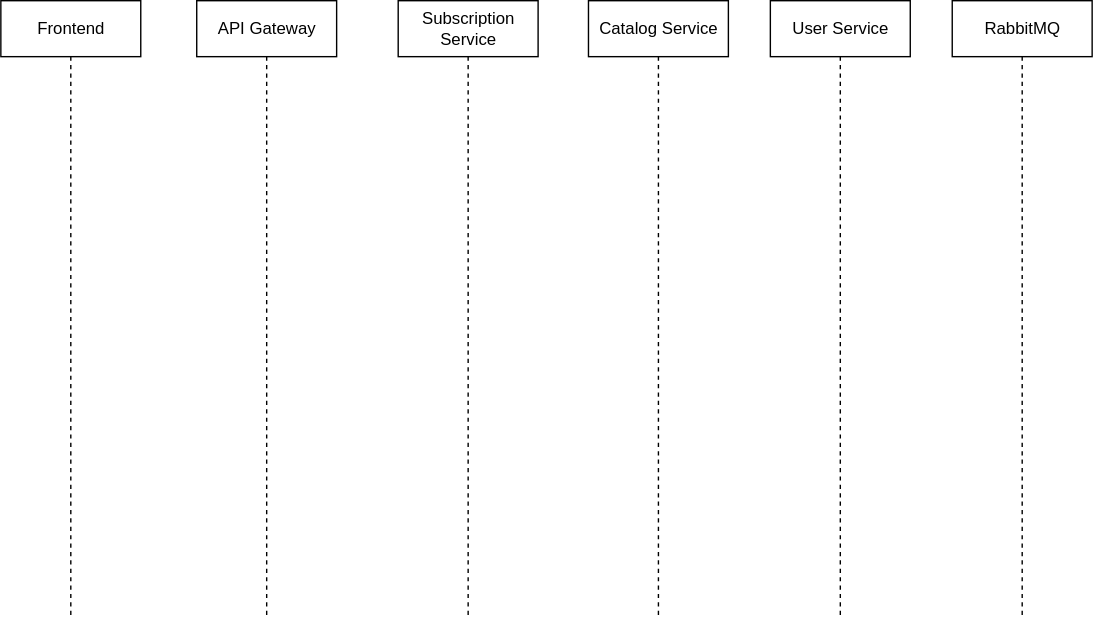
This is UML/UML_sequences_send_mailing.svg from Michail19/NewspaperSubscriber, a draw.io export, as it was before one commit. Source tidied: cells renumbered, new cells last; positions are measured from the earlier drawing's top-left corner, leaving out a move shared by most shapes.
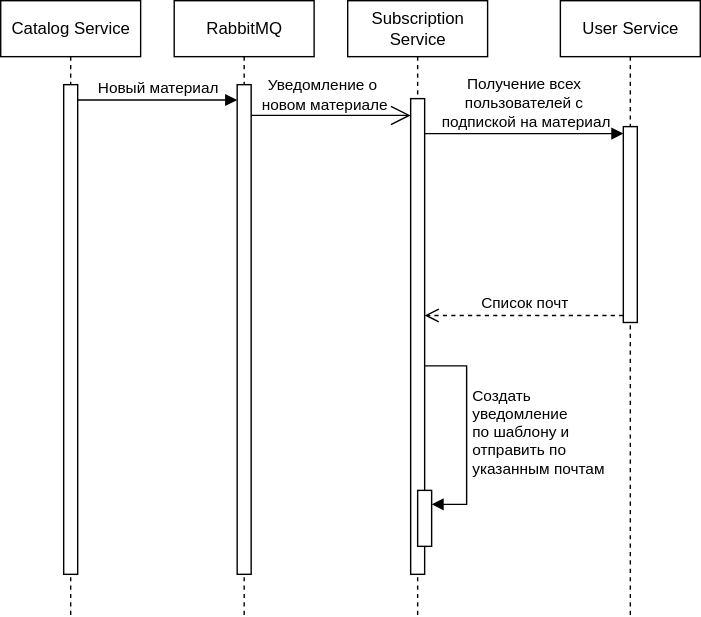
After the commit.

Commit message:
UML mailing

The edit, as a diff of the source:
```diff
@@ -2,23 +2,65 @@
   <root>
     <mxCell id="0" />
     <mxCell id="1" parent="0" />
-    <mxCell id="2" value="Frontend" style="shape=umlLifeline;perimeter=lifelinePerimeter;whiteSpace=wrap;html=1;newEdgeStyle={&quot;curved&quot;:0,&quot;rounded&quot;:0};" parent="1" vertex="1">
-      <mxGeometry width="100" height="440" as="geometry" />
-    </mxCell>
-    <mxCell id="3" value="API Gateway" style="shape=umlLifeline;perimeter=lifelinePerimeter;whiteSpace=wrap;html=1;newEdgeStyle={&quot;curved&quot;:0,&quot;rounded&quot;:0};" parent="1" vertex="1">
-      <mxGeometry x="140" width="100" height="440" as="geometry" />
-    </mxCell>
     <mxCell id="4" value="User Service" style="shape=umlLifeline;perimeter=lifelinePerimeter;whiteSpace=wrap;html=1;newEdgeStyle={&quot;curved&quot;:0,&quot;rounded&quot;:0};" parent="1" vertex="1">
-      <mxGeometry x="550" width="100" height="440" as="geometry" />
+      <mxGeometry x="400" width="100" height="440" as="geometry" />
     </mxCell>
+    <mxCell id="8" style="html=1;points=[[0,0,0,0,5],[0,1,0,0,-5],[1,0,0,0,5],[1,1,0,0,-5]];perimeter=orthogonalPerimeter;outlineConnect=0;targetShapes=umlLifeline;portConstraint=eastwest;newEdgeStyle={&quot;curved&quot;:0,&quot;rounded&quot;:0};" parent="4" vertex="1">
+      <mxGeometry x="45" y="90" width="10" height="140" as="geometry" />
+    </mxCell>
     <mxCell id="5" value="Subscription Service" style="shape=umlLifeline;perimeter=lifelinePerimeter;whiteSpace=wrap;html=1;newEdgeStyle={&quot;curved&quot;:0,&quot;rounded&quot;:0};" parent="1" vertex="1">
-      <mxGeometry x="284" width="100" height="440" as="geometry" />
+      <mxGeometry x="248" width="100" height="440" as="geometry" />
     </mxCell>
+    <mxCell id="9" style="html=1;points=[[0,0,0,0,5],[0,1,0,0,-5],[1,0,0,0,5],[1,1,0,0,-5]];perimeter=orthogonalPerimeter;outlineConnect=0;targetShapes=umlLifeline;portConstraint=eastwest;newEdgeStyle={&quot;curved&quot;:0,&quot;rounded&quot;:0};" parent="5" vertex="1">
+      <mxGeometry x="45" y="70" width="10" height="340" as="geometry" />
+    </mxCell>
+    <mxCell id="10" style="html=1;points=[[0,0,0,0,5],[0,1,0,0,-5],[1,0,0,0,5],[1,1,0,0,-5]];perimeter=orthogonalPerimeter;outlineConnect=0;targetShapes=umlLifeline;portConstraint=eastwest;newEdgeStyle={&quot;curved&quot;:0,&quot;rounded&quot;:0};" parent="5" vertex="1">
+      <mxGeometry x="50" y="350" width="10" height="40" as="geometry" />
+    </mxCell>
+    <mxCell id="11" value="Создать&amp;nbsp;&lt;div&gt;уведомление&amp;nbsp;&lt;div&gt;по шаблону и&amp;nbsp;&lt;/div&gt;&lt;div&gt;отправить по&amp;nbsp;&lt;/div&gt;&lt;div&gt;указанным почтам&lt;/div&gt;&lt;/div&gt;" style="html=1;align=left;spacingLeft=2;endArrow=block;rounded=0;edgeStyle=orthogonalEdgeStyle;curved=0;rounded=0;" parent="5" edge="1" target="10">
+      <mxGeometry relative="1" as="geometry">
+        <mxPoint x="55" y="261" as="sourcePoint" />
+        <Array as="points">
+          <mxPoint x="85" y="261" />
+          <mxPoint x="85" y="360" />
+        </Array>
+      </mxGeometry>
+    </mxCell>
     <mxCell id="6" value="Catalog Service" style="shape=umlLifeline;perimeter=lifelinePerimeter;whiteSpace=wrap;html=1;newEdgeStyle={&quot;curved&quot;:0,&quot;rounded&quot;:0};" parent="1" vertex="1">
-      <mxGeometry x="420" width="100" height="440" as="geometry" />
+      <mxGeometry width="100" height="440" as="geometry" />
     </mxCell>
+    <mxCell id="12" style="html=1;perimeter=orthogonalPerimeter;targetShapes=umlLifeline;newEdgeStyle={&quot;curved&quot;:0,&quot;rounded&quot;:0};" parent="6" vertex="1">
+      <mxGeometry x="45" y="60" width="10" height="350" as="geometry" />
+    </mxCell>
     <mxCell id="7" value="RabbitMQ" style="shape=umlLifeline;perimeter=lifelinePerimeter;whiteSpace=wrap;html=1;newEdgeStyle={&quot;curved&quot;:0,&quot;rounded&quot;:0};" parent="1" vertex="1">
-      <mxGeometry x="680" width="100" height="440" as="geometry" />
+      <mxGeometry x="124" width="100" height="440" as="geometry" />
     </mxCell>
+    <mxCell id="13" style="html=1;points=[[0,0,0,0,5],[0,1,0,0,-5],[1,0,0,0,5],[1,1,0,0,-5]];perimeter=orthogonalPerimeter;outlineConnect=0;targetShapes=umlLifeline;portConstraint=eastwest;newEdgeStyle={&quot;curved&quot;:0,&quot;rounded&quot;:0};" parent="7" vertex="1">
+      <mxGeometry x="45" y="60" width="10" height="350" as="geometry" />
+    </mxCell>
+    <mxCell id="14" value="Новый материал" style="html=1;verticalAlign=bottom;endArrow=block;curved=0;rounded=0;" parent="1" edge="1" target="13">
+      <mxGeometry relative="1" as="geometry">
+        <mxPoint x="55" y="71" as="sourcePoint" />
+      </mxGeometry>
+    </mxCell>
+    <mxCell id="15" style="endArrow=open;endFill=1;endSize=12;html=1;rounded=0;" parent="1" edge="1">
+      <mxGeometry relative="1" as="geometry">
+        <mxPoint x="179" y="82" as="sourcePoint" />
+        <mxPoint x="293" y="82" as="targetPoint" />
+      </mxGeometry>
+    </mxCell>
+    <mxCell id="16" value="Уведомление о&amp;nbsp;&lt;div&gt;новом материале&lt;/div&gt;" style="edgeLabel;html=1;align=center;verticalAlign=middle;" parent="15" vertex="1">
+      <mxGeometry x="-0.34" y="1" relative="1" as="geometry">
+        <mxPoint x="14" y="-15" as="offset" />
+      </mxGeometry>
+    </mxCell>
+    <mxCell id="17" value="Получение всех&amp;nbsp;&lt;div&gt;пользователей с&amp;nbsp;&lt;/div&gt;&lt;div&gt;подпиской на материал&lt;/div&gt;" style="html=1;verticalAlign=bottom;endArrow=block;curved=0;rounded=0;" parent="1" edge="1" target="8">
+      <mxGeometry x="0.01" relative="1" as="geometry">
+        <mxPoint x="303" y="95" as="sourcePoint" />
+      </mxGeometry>
+    </mxCell>
+    <mxCell id="18" value="Список почт" style="html=1;verticalAlign=bottom;endArrow=open;dashed=1;endSize=8;curved=0;rounded=0;exitX=0;exitY=1;exitDx=0;exitDy=-5;" parent="1" edge="1" source="8" target="9">
+      <mxGeometry relative="1" as="geometry" />
+    </mxCell>
   </root>
 </mxGraphModel>
```
